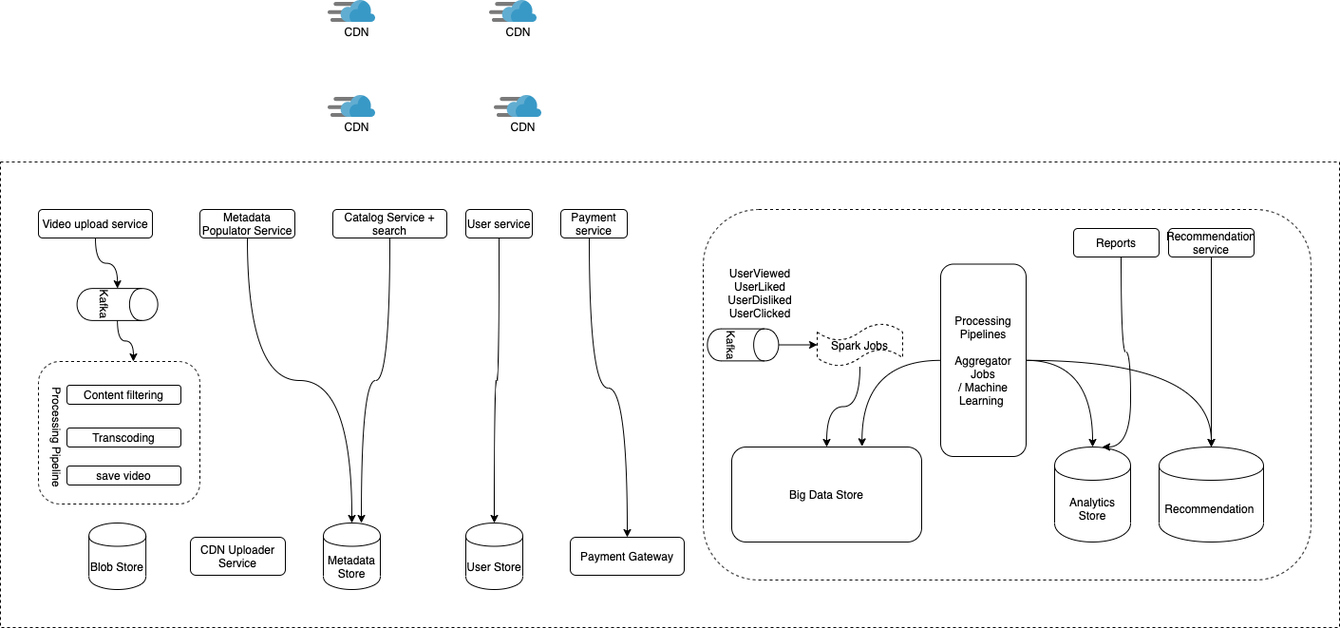
spatnaik77/system-design-examples keeps this draw.io diagram as design-pictures/Netflix.png. Above is the earlier version. Source tidied: cells renumbered, new cells last; positions are measured from the earlier drawing's top-left corner, leaving out a move shared by most shapes.
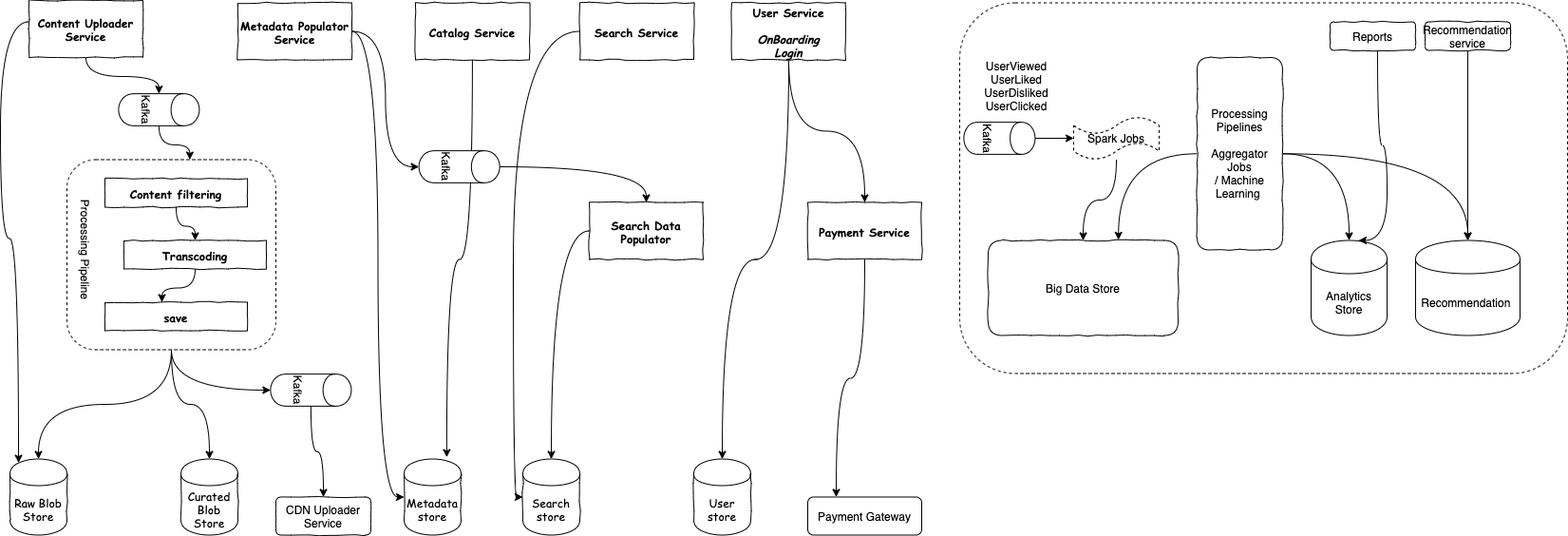
After the commit.

What changed in the source:
```diff
@@ -2,69 +2,33 @@
   <root>
     <mxCell id="0" />
     <mxCell id="1" parent="0" />
-    <mxCell id="2" style="rounded=0;whiteSpace=wrap;html=1;strokeWidth=1;dashed=1;" parent="1" vertex="1">
-      <mxGeometry x="30" y="170" width="1410" height="490" as="geometry" />
-    </mxCell>
-    <mxCell id="3" value="Blob Store" style="shape=cylinder;whiteSpace=wrap;html=1;boundedLbl=1;backgroundOutline=1;" parent="1" vertex="1">
-      <mxGeometry x="123.1" y="550" width="60" height="70" as="geometry" />
-    </mxCell>
-    <mxCell id="4" value="User Store" style="shape=cylinder;whiteSpace=wrap;html=1;boundedLbl=1;backgroundOutline=1;" parent="1" vertex="1">
-      <mxGeometry x="520" y="550" width="60" height="70" as="geometry" />
-    </mxCell>
-    <mxCell id="5" value="Metadata Store" style="shape=cylinder;whiteSpace=wrap;html=1;boundedLbl=1;backgroundOutline=1;" parent="1" vertex="1">
-      <mxGeometry x="370" y="550" width="60" height="70" as="geometry" />
-    </mxCell>
-    <mxCell id="6" style="edgeStyle=orthogonalEdgeStyle;curved=1;jettySize=auto;html=1;" parent="1" edge="1" source="7" target="4">
-      <mxGeometry relative="1" as="geometry" />
-    </mxCell>
-    <mxCell id="7" value="User service" style="rounded=1;whiteSpace=wrap;html=1;strokeWidth=1;" parent="1" vertex="1">
-      <mxGeometry x="520" y="220" width="70" height="30" as="geometry" />
-    </mxCell>
     <mxCell id="8" value="Payment Gateway" style="rounded=1;whiteSpace=wrap;html=1;strokeWidth=1;" parent="1" vertex="1">
-      <mxGeometry x="630" y="565" width="120" height="40" as="geometry" />
+      <mxGeometry x="610" y="740" width="120" height="40" as="geometry" />
     </mxCell>
-    <mxCell id="9" style="edgeStyle=orthogonalEdgeStyle;jettySize=auto;html=1;curved=1;" parent="1" edge="1" source="10" target="12">
-      <mxGeometry relative="1" as="geometry" />
-    </mxCell>
-    <mxCell id="10" value="Video upload service" style="rounded=1;whiteSpace=wrap;html=1;strokeWidth=1;" parent="1" vertex="1">
-      <mxGeometry x="70" y="220" width="120" height="30" as="geometry" />
-    </mxCell>
     <mxCell id="11" style="edgeStyle=orthogonalEdgeStyle;curved=1;jettySize=auto;html=1;entryX=0.588;entryY=0;entryDx=0;entryDy=0;entryPerimeter=0;" parent="1" edge="1" source="12" target="13">
       <mxGeometry relative="1" as="geometry" />
     </mxCell>
     <mxCell id="12" value="Kafka" style="shape=cylinder;whiteSpace=wrap;html=1;boundedLbl=1;backgroundOutline=1;rotation=90;" parent="1" vertex="1">
-      <mxGeometry x="136.3" y="277.5" width="33.8" height="85" as="geometry" />
+      <mxGeometry x="-90" y="290" width="33.8" height="85" as="geometry" />
     </mxCell>
+    <mxCell id="50" style="edgeStyle=orthogonalEdgeStyle;curved=1;jettySize=auto;html=1;entryX=0.5;entryY=0;entryDx=0;entryDy=0;fontFamily=Comic Sans MS;" parent="1" edge="1" source="13" target="59">
+      <mxGeometry relative="1" as="geometry" />
+    </mxCell>
+    <mxCell id="51" style="edgeStyle=orthogonalEdgeStyle;curved=1;jettySize=auto;html=1;entryX=0.5;entryY=0;entryDx=0;entryDy=0;fontFamily=Comic Sans MS;" parent="1" edge="1" source="13" target="60">
+      <mxGeometry relative="1" as="geometry" />
+    </mxCell>
+    <mxCell id="52" style="edgeStyle=orthogonalEdgeStyle;curved=1;jettySize=auto;html=1;entryX=0.5;entryY=1;entryDx=0;entryDy=0;fontFamily=Comic Sans MS;" parent="1" edge="1" source="13" target="80">
+      <mxGeometry relative="1" as="geometry" />
+    </mxCell>
     <mxCell id="13" style="rounded=1;whiteSpace=wrap;html=1;strokeWidth=1;dashed=1;" parent="1" vertex="1">
-      <mxGeometry x="70" y="380" width="170" height="150" as="geometry" />
+      <mxGeometry x="-170" y="385" width="220" height="200" as="geometry" />
     </mxCell>
-    <mxCell id="14" value="Content filtering" style="rounded=1;whiteSpace=wrap;html=1;strokeWidth=1;" parent="1" vertex="1">
-      <mxGeometry x="100" y="405" width="120" height="20" as="geometry" />
-    </mxCell>
-    <mxCell id="15" value="Transcoding" style="rounded=1;whiteSpace=wrap;html=1;strokeWidth=1;" parent="1" vertex="1">
-      <mxGeometry x="100" y="450" width="120" height="20" as="geometry" />
-    </mxCell>
-    <mxCell id="16" value="save video" style="rounded=1;whiteSpace=wrap;html=1;strokeWidth=1;" parent="1" vertex="1">
-      <mxGeometry x="100" y="490" width="120" height="20" as="geometry" />
-    </mxCell>
-    <mxCell id="17" value="CDN Uploader Service" style="rounded=1;whiteSpace=wrap;html=1;strokeWidth=1;" parent="1" vertex="1">
-      <mxGeometry x="230" y="565" width="100" height="40" as="geometry" />
+    <mxCell id="17" value="CDN Uploader Service" style="rounded=1;whiteSpace=wrap;html=1;strokeWidth=1;comic=1;glass=0;" parent="1" vertex="1">
+      <mxGeometry x="50" y="740" width="100" height="40" as="geometry" />
     </mxCell>
     <mxCell id="18" value="Processing Pipeline" style="text;html=1;strokeColor=none;fillColor=none;align=center;verticalAlign=middle;whiteSpace=wrap;rounded=0;dashed=1;rotation=90;" parent="1" vertex="1">
-      <mxGeometry y="450" width="180" height="20" as="geometry" />
+      <mxGeometry x="-240" y="470" width="180" height="20" as="geometry" />
     </mxCell>
-    <mxCell id="19" style="edgeStyle=orthogonalEdgeStyle;curved=1;jettySize=auto;html=1;exitX=0.5;exitY=1;exitDx=0;exitDy=0;" parent="1" edge="1" source="20" target="5">
-      <mxGeometry relative="1" as="geometry" />
-    </mxCell>
-    <mxCell id="20" value="Metadata Populator Service" style="rounded=1;whiteSpace=wrap;html=1;strokeWidth=1;" parent="1" vertex="1">
-      <mxGeometry x="240" y="220" width="100" height="30" as="geometry" />
-    </mxCell>
-    <mxCell id="21" style="edgeStyle=orthogonalEdgeStyle;curved=1;jettySize=auto;html=1;entryX=0.667;entryY=0;entryDx=0;entryDy=0;entryPerimeter=0;" parent="1" edge="1" source="22" target="5">
-      <mxGeometry relative="1" as="geometry" />
-    </mxCell>
-    <mxCell id="22" value="Catalog Service + search" style="rounded=1;whiteSpace=wrap;html=1;strokeWidth=1;" parent="1" vertex="1">
-      <mxGeometry x="380" y="220" width="120" height="30" as="geometry" />
-    </mxCell>
     <mxCell id="23" style="rounded=1;whiteSpace=wrap;html=1;dashed=1;" parent="1" vertex="1">
       <mxGeometry x="770" y="220" width="640" height="390" as="geometry" />
     </mxCell>
@@ -77,7 +41,7 @@
     <mxCell id="26" value="UserViewed&lt;br&gt;UserLiked&lt;br&gt;UserDisliked&lt;br&gt;UserClicked" style="text;html=1;strokeColor=none;fillColor=none;align=center;verticalAlign=middle;whiteSpace=wrap;rounded=0;dashed=1;" parent="1" vertex="1">
       <mxGeometry x="810" y="277.5" width="40" height="60" as="geometry" />
     </mxCell>
-    <mxCell id="27" value="Big Data Store" style="rounded=1;whiteSpace=wrap;html=1;strokeWidth=1;" parent="1" vertex="1">
+    <mxCell id="27" value="Big Data Store" style="rounded=1;whiteSpace=wrap;html=1;strokeWidth=1;comic=1;" parent="1" vertex="1">
       <mxGeometry x="800" y="470" width="200" height="100" as="geometry" />
     </mxCell>
     <mxCell id="28" style="edgeStyle=orthogonalEdgeStyle;curved=1;jettySize=auto;html=1;entryX=0.5;entryY=0;entryDx=0;entryDy=0;" parent="1" edge="1" source="29" target="27">
@@ -95,7 +59,7 @@
     <mxCell id="32" style="edgeStyle=orthogonalEdgeStyle;curved=1;jettySize=auto;html=1;entryX=0.5;entryY=0;entryDx=0;entryDy=0;" parent="1" edge="1" source="33" target="35">
       <mxGeometry relative="1" as="geometry" />
     </mxCell>
-    <mxCell id="33" value="Processing Pipelines&lt;br&gt;&lt;br&gt;Aggregator Jobs&lt;br&gt;/ Machine Learning&amp;nbsp;" style="rounded=1;whiteSpace=wrap;html=1;strokeWidth=1;" parent="1" vertex="1">
+    <mxCell id="33" value="Processing Pipelines&lt;br&gt;&lt;br&gt;Aggregator Jobs&lt;br&gt;/ Machine Learning&amp;nbsp;" style="rounded=1;whiteSpace=wrap;html=1;strokeWidth=1;comic=1;" parent="1" vertex="1">
       <mxGeometry x="1020" y="277.5" width="90" height="202.5" as="geometry" />
     </mxCell>
     <mxCell id="34" value="Analytics Store" style="shape=cylinder;whiteSpace=wrap;html=1;boundedLbl=1;backgroundOutline=1;" parent="1" vertex="1">
@@ -107,7 +71,7 @@
     <mxCell id="36" style="edgeStyle=orthogonalEdgeStyle;curved=1;jettySize=auto;html=1;entryX=0.5;entryY=0;entryDx=0;entryDy=0;" parent="1" edge="1" source="37" target="35">
       <mxGeometry relative="1" as="geometry" />
     </mxCell>
-    <mxCell id="37" value="Recommendation service" style="rounded=1;whiteSpace=wrap;html=1;strokeWidth=1;" parent="1" vertex="1">
+    <mxCell id="37" value="Recommendation service" style="rounded=1;whiteSpace=wrap;html=1;strokeWidth=1;comic=1;" parent="1" vertex="1">
       <mxGeometry x="1260" y="240" width="90" height="30" as="geometry" />
     </mxCell>
     <mxCell id="38" style="edgeStyle=orthogonalEdgeStyle;curved=1;jettySize=auto;html=1;entryX=0.625;entryY=0;entryDx=0;entryDy=0;entryPerimeter=0;" parent="1" edge="1" source="39" target="34">
@@ -119,43 +83,112 @@
         </Array>
       </mxGeometry>
     </mxCell>
-    <mxCell id="39" value="Reports" style="rounded=1;whiteSpace=wrap;html=1;strokeWidth=1;" parent="1" vertex="1">
+    <mxCell id="39" value="Reports" style="rounded=1;whiteSpace=wrap;html=1;strokeWidth=1;comic=1;" parent="1" vertex="1">
       <mxGeometry x="1160" y="240" width="90" height="30" as="geometry" />
     </mxCell>
-    <mxCell id="40" style="edgeStyle=orthogonalEdgeStyle;jettySize=auto;html=1;curved=1;" parent="1" edge="1" source="41" target="8">
-      <mxGeometry relative="1" as="geometry">
-        <Array as="points">
-          <mxPoint x="650" y="408" />
-          <mxPoint x="690" y="408" />
-        </Array>
-      </mxGeometry>
-    </mxCell>
-    <mxCell id="41" value="Payment&lt;br&gt;service" style="rounded=1;whiteSpace=wrap;html=1;strokeWidth=1;" parent="1" vertex="1">
-      <mxGeometry x="620" y="220" width="70" height="30" as="geometry" />
-    </mxCell>
-    <mxCell id="42" style="html=1;align=center;image;fontSize=12;image=img/lib/mscae/Content_Delivery_Network.svg;" parent="1" vertex="1">
-      <mxGeometry x="375" y="100" width="50" height="23" as="geometry" />
-    </mxCell>
-    <mxCell id="43" style="html=1;align=center;image;fontSize=12;image=img/lib/mscae/Content_Delivery_Network.svg;" parent="1" vertex="1">
-      <mxGeometry x="375" width="50" height="23" as="geometry" />
-    </mxCell>
-    <mxCell id="44" style="html=1;align=center;image;fontSize=12;image=img/lib/mscae/Content_Delivery_Network.svg;" parent="1" vertex="1">
-      <mxGeometry x="550" y="100" width="50" height="23" as="geometry" />
-    </mxCell>
-    <mxCell id="45" style="html=1;align=center;image;fontSize=12;image=img/lib/mscae/Content_Delivery_Network.svg;" parent="1" vertex="1">
-      <mxGeometry x="545" width="50" height="23" as="geometry" />
-    </mxCell>
-    <mxCell id="46" value="CDN" style="text;html=1;align=center;verticalAlign=middle;" parent="1" vertex="1">
-      <mxGeometry x="385" y="23" width="40" height="20" as="geometry" />
-    </mxCell>
-    <mxCell id="47" value="CDN" style="text;html=1;align=center;verticalAlign=middle;" parent="1" vertex="1">
-      <mxGeometry x="560" y="123" width="40" height="20" as="geometry" />
-    </mxCell>
-    <mxCell id="48" value="CDN" style="text;html=1;align=center;verticalAlign=middle;" parent="1" vertex="1">
-      <mxGeometry x="555" y="23" width="40" height="20" as="geometry" />
-    </mxCell>
-    <mxCell id="49" value="CDN" style="text;html=1;align=center;verticalAlign=middle;" parent="1" vertex="1">
-      <mxGeometry x="385" y="123" width="40" height="20" as="geometry" />
-    </mxCell>
+    <mxCell id="53" style="edgeStyle=orthogonalEdgeStyle;jettySize=auto;html=1;entryX=0;entryY=0.5;entryDx=0;entryDy=0;curved=1;" parent="1" edge="1" source="55" target="12">
+      <mxGeometry relative="1" as="geometry" />
+    </mxCell>
+    <mxCell id="54" style="edgeStyle=orthogonalEdgeStyle;curved=1;jettySize=auto;html=1;entryX=0.15;entryY=0.05;entryDx=0;entryDy=0;entryPerimeter=0;fontFamily=Comic Sans MS;" parent="1" edge="1" source="55" target="59">
+      <mxGeometry relative="1" as="geometry">
+        <Array as="points">
+          <mxPoint x="-240" y="240" />
+          <mxPoint x="-240" y="468" />
+          <mxPoint x="-221" y="468" />
+        </Array>
+      </mxGeometry>
+    </mxCell>
+    <mxCell id="55" value="Content Uploader Service" style="html=1;whiteSpace=wrap;comic=1;strokeWidth=1;fontFamily=Comic Sans MS;fontStyle=1;" parent="1" vertex="1">
+      <mxGeometry x="-210" y="217.5" width="120" height="60" as="geometry" />
+    </mxCell>
+    <mxCell id="56" style="edgeStyle=orthogonalEdgeStyle;curved=1;jettySize=auto;html=1;entryX=0.5;entryY=0;entryDx=0;entryDy=0;fontFamily=Comic Sans MS;" parent="1" edge="1" source="14" target="15">
+      <mxGeometry relative="1" as="geometry" />
+    </mxCell>
+    <mxCell id="14" value="Content filtering" style="html=1;whiteSpace=wrap;comic=1;strokeWidth=1;fontFamily=Comic Sans MS;fontStyle=1;" parent="1" vertex="1">
+      <mxGeometry x="-130" y="405" width="150" height="30" as="geometry" />
+    </mxCell>
+    <mxCell id="57" style="edgeStyle=orthogonalEdgeStyle;curved=1;jettySize=auto;html=1;entryX=0.4;entryY=0;entryDx=0;entryDy=0;entryPerimeter=0;fontFamily=Comic Sans MS;" parent="1" edge="1" source="15" target="58">
+      <mxGeometry relative="1" as="geometry" />
+    </mxCell>
+    <mxCell id="15" value="Transcoding" style="html=1;whiteSpace=wrap;comic=1;strokeWidth=1;fontFamily=Comic Sans MS;fontStyle=1;" parent="1" vertex="1">
+      <mxGeometry x="-110" y="470" width="150" height="30" as="geometry" />
+    </mxCell>
+    <mxCell id="58" value="save" style="html=1;whiteSpace=wrap;comic=1;strokeWidth=1;fontFamily=Comic Sans MS;fontStyle=1;" parent="1" vertex="1">
+      <mxGeometry x="-130" y="535" width="150" height="30" as="geometry" />
+    </mxCell>
+    <mxCell id="59" value="Raw Blob Store" style="shape=cylinder;whiteSpace=wrap;html=1;boundedLbl=1;backgroundOutline=1;comic=1;strokeWidth=1;fontFamily=Comic Sans MS;" parent="1" vertex="1">
+      <mxGeometry x="-230" y="700" width="60" height="80" as="geometry" />
+    </mxCell>
+    <mxCell id="60" value="Curated Blob Store" style="shape=cylinder;whiteSpace=wrap;html=1;boundedLbl=1;backgroundOutline=1;comic=1;strokeWidth=1;fontFamily=Comic Sans MS;" parent="1" vertex="1">
+      <mxGeometry x="-50" y="700" width="60" height="80" as="geometry" />
+    </mxCell>
+    <mxCell id="61" value="Metadata store" style="shape=cylinder;whiteSpace=wrap;html=1;boundedLbl=1;backgroundOutline=1;comic=1;strokeWidth=1;fontFamily=Comic Sans MS;" parent="1" vertex="1">
+      <mxGeometry x="185" y="700" width="60" height="80" as="geometry" />
+    </mxCell>
+    <mxCell id="62" style="edgeStyle=orthogonalEdgeStyle;curved=1;jettySize=auto;html=1;entryX=0.5;entryY=1;entryDx=0;entryDy=0;fontFamily=Comic Sans MS;" parent="1" edge="1" source="20" target="70">
+      <mxGeometry relative="1" as="geometry" />
+    </mxCell>
+    <mxCell id="63" style="edgeStyle=orthogonalEdgeStyle;curved=1;jettySize=auto;html=1;entryX=0;entryY=0.5;entryDx=0;entryDy=0;fontFamily=Comic Sans MS;" parent="1" edge="1" source="20" target="61">
+      <mxGeometry relative="1" as="geometry" />
+    </mxCell>
+    <mxCell id="20" value="Metadata Populator Service" style="html=1;whiteSpace=wrap;comic=1;strokeWidth=1;fontFamily=Comic Sans MS;fontStyle=1;" parent="1" vertex="1">
+      <mxGeometry x="10" y="220" width="120" height="60" as="geometry" />
+    </mxCell>
+    <mxCell id="64" style="edgeStyle=orthogonalEdgeStyle;curved=1;jettySize=auto;html=1;entryX=0.748;entryY=-0.023;entryDx=0;entryDy=0;entryPerimeter=0;fontFamily=Comic Sans MS;" parent="1" edge="1" source="65" target="61">
+      <mxGeometry relative="1" as="geometry" />
+    </mxCell>
+    <mxCell id="65" value="Catalog Service" style="html=1;whiteSpace=wrap;comic=1;strokeWidth=1;fontFamily=Comic Sans MS;fontStyle=1;" parent="1" vertex="1">
+      <mxGeometry x="196.9" y="220" width="120" height="60" as="geometry" />
+    </mxCell>
+    <mxCell id="66" value="Search&lt;br&gt;store" style="shape=cylinder;whiteSpace=wrap;html=1;boundedLbl=1;backgroundOutline=1;comic=1;strokeWidth=1;fontFamily=Comic Sans MS;" parent="1" vertex="1">
+      <mxGeometry x="310" y="700" width="60" height="80" as="geometry" />
+    </mxCell>
+    <mxCell id="67" style="edgeStyle=orthogonalEdgeStyle;curved=1;jettySize=auto;html=1;fontFamily=Comic Sans MS;" parent="1" edge="1" source="68" target="66">
+      <mxGeometry relative="1" as="geometry">
+        <Array as="points">
+          <mxPoint x="300" y="250" />
+          <mxPoint x="300" y="740" />
+        </Array>
+      </mxGeometry>
+    </mxCell>
+    <mxCell id="68" value="Search Service" style="html=1;whiteSpace=wrap;comic=1;strokeWidth=1;fontFamily=Comic Sans MS;fontStyle=1;" parent="1" vertex="1">
+      <mxGeometry x="370" y="220" width="120" height="60" as="geometry" />
+    </mxCell>
+    <mxCell id="69" style="edgeStyle=orthogonalEdgeStyle;curved=1;jettySize=auto;html=1;entryX=0.5;entryY=0;entryDx=0;entryDy=0;fontFamily=Comic Sans MS;" parent="1" edge="1" source="70" target="72">
+      <mxGeometry relative="1" as="geometry" />
+    </mxCell>
+    <mxCell id="70" value="Kafka" style="shape=cylinder;whiteSpace=wrap;html=1;boundedLbl=1;backgroundOutline=1;rotation=90;" parent="1" vertex="1">
+      <mxGeometry x="226.2" y="350" width="33.8" height="85" as="geometry" />
+    </mxCell>
+    <mxCell id="71" style="edgeStyle=orthogonalEdgeStyle;curved=1;jettySize=auto;html=1;entryX=0.5;entryY=0;entryDx=0;entryDy=0;fontFamily=Comic Sans MS;" parent="1" edge="1" source="72" target="66">
+      <mxGeometry relative="1" as="geometry" />
+    </mxCell>
+    <mxCell id="72" value="Search Data Populator" style="html=1;whiteSpace=wrap;comic=1;strokeWidth=1;fontFamily=Comic Sans MS;fontStyle=1;" parent="1" vertex="1">
+      <mxGeometry x="380" y="430" width="120" height="60" as="geometry" />
+    </mxCell>
+    <mxCell id="73" style="edgeStyle=orthogonalEdgeStyle;curved=1;jettySize=auto;html=1;entryX=0.5;entryY=0;entryDx=0;entryDy=0;fontFamily=Comic Sans MS;" parent="1" edge="1" source="75" target="76">
+      <mxGeometry relative="1" as="geometry" />
+    </mxCell>
+    <mxCell id="74" style="edgeStyle=orthogonalEdgeStyle;curved=1;jettySize=auto;html=1;entryX=0.5;entryY=0;entryDx=0;entryDy=0;fontFamily=Comic Sans MS;" parent="1" edge="1" source="75" target="78">
+      <mxGeometry relative="1" as="geometry" />
+    </mxCell>
+    <mxCell id="75" value="User Service&lt;br&gt;&lt;br&gt;&lt;i&gt;OnBoarding&lt;br&gt;Login&lt;/i&gt;" style="html=1;whiteSpace=wrap;comic=1;strokeWidth=1;fontFamily=Comic Sans MS;fontStyle=1;" parent="1" vertex="1">
+      <mxGeometry x="530" y="220" width="120" height="60" as="geometry" />
+    </mxCell>
+    <mxCell id="76" value="User&lt;br&gt;store" style="shape=cylinder;whiteSpace=wrap;html=1;boundedLbl=1;backgroundOutline=1;comic=1;strokeWidth=1;fontFamily=Comic Sans MS;" parent="1" vertex="1">
+      <mxGeometry x="490" y="700" width="60" height="80" as="geometry" />
+    </mxCell>
+    <mxCell id="77" style="edgeStyle=orthogonalEdgeStyle;curved=1;jettySize=auto;html=1;entryX=0.25;entryY=0;entryDx=0;entryDy=0;fontFamily=Comic Sans MS;" parent="1" edge="1" source="78" target="8">
+      <mxGeometry relative="1" as="geometry" />
+    </mxCell>
+    <mxCell id="78" value="Payment Service" style="html=1;whiteSpace=wrap;comic=1;strokeWidth=1;fontFamily=Comic Sans MS;fontStyle=1;" parent="1" vertex="1">
+      <mxGeometry x="610" y="430" width="120" height="60" as="geometry" />
+    </mxCell>
+    <mxCell id="79" style="edgeStyle=orthogonalEdgeStyle;curved=1;jettySize=auto;html=1;entryX=0.5;entryY=0;entryDx=0;entryDy=0;fontFamily=Comic Sans MS;" parent="1" edge="1" source="80" target="17">
+      <mxGeometry relative="1" as="geometry" />
+    </mxCell>
+    <mxCell id="80" value="Kafka" style="shape=cylinder;whiteSpace=wrap;html=1;boundedLbl=1;backgroundOutline=1;rotation=90;" parent="1" vertex="1">
+      <mxGeometry x="70" y="585" width="33.8" height="85" as="geometry" />
+    </mxCell>
   </root>
 </mxGraphModel>
```
